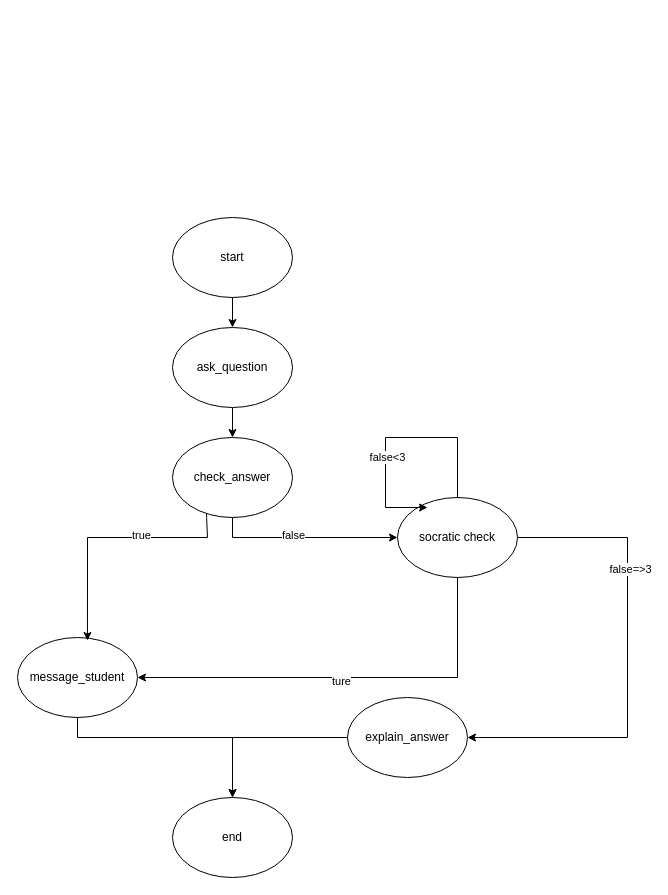
Before: design doc/quiz langgraph.drawio in zihanzhao94/Micro-Adaptive, a draw.io diagram. Source tidied: cells renumbered, new cells numbered last; positions are measured from the earlier drawing's top-left corner, leaving out a move shared by most shapes. Both pictures are drawn from the tidied source at 100%, with x=0, y=0 at pixel (17, 217).
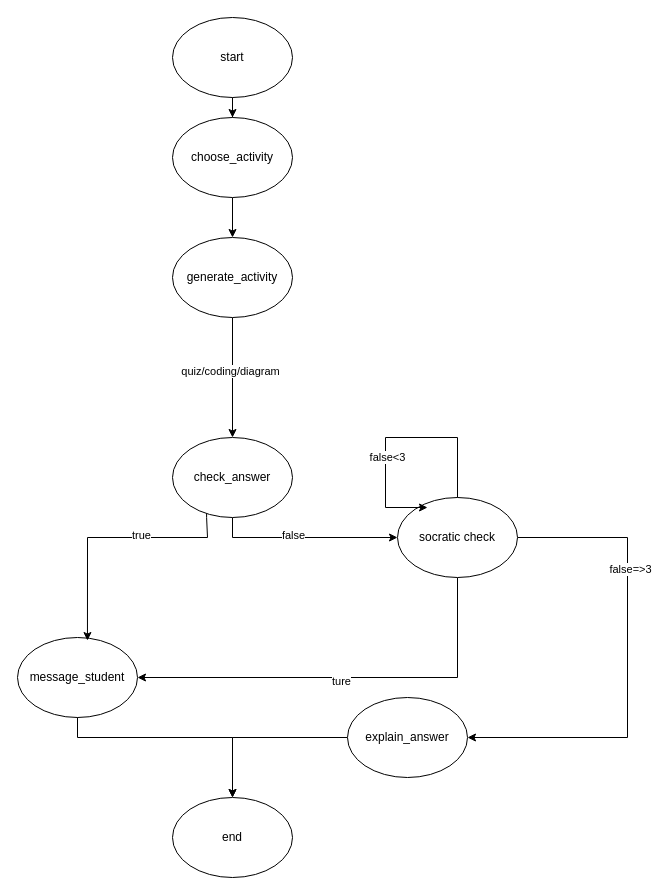
After the change.

Unchanged cells that the change refers to:
```xml
<mxCell id="15" value="check_answer" style="ellipse;whiteSpace=wrap;html=1;" parent="1" vertex="1">
  <mxGeometry x="155" y="220" width="120" height="80" as="geometry" />
</mxCell>
```

Diff of the diagram source:
```diff
@@
-    <mxCell id="2" style="edgeStyle=orthogonalEdgeStyle;rounded=0;jettySize=auto;html=1;" parent="1" edge="1" source="3" target="10">
+    <mxCell id="2" style="edgeStyle=orthogonalEdgeStyle;rounded=0;jettySize=auto;html=1;entryX=0.5;entryY=0;entryDx=0;entryDy=0;" parent="1" edge="1" source="3" target="24">
       <mxGeometry relative="1" as="geometry" />
     </mxCell>
     <mxCell id="3" value="start" style="ellipse;whiteSpace=wrap;html=1;" parent="1" vertex="1">
-      <mxGeometry x="155" width="120" height="80" as="geometry" />
+      <mxGeometry x="155" y="-200" width="120" height="80" as="geometry" />
     </mxCell>
@@
-    <mxCell id="9" style="edgeStyle=orthogonalEdgeStyle;rounded=0;jettySize=auto;html=1;" parent="1" edge="1" source="10" target="15">
-      <mxGeometry relative="1" as="geometry" />
-    </mxCell>
-    <mxCell id="10" value="ask_question" style="ellipse;whiteSpace=wrap;html=1;" parent="1" vertex="1">
-      <mxGeometry x="155" y="110" width="120" height="80" as="geometry" />
-    </mxCell>
@@
+    <mxCell id="23" style="edgeStyle=orthogonalEdgeStyle;rounded=0;jettySize=auto;html=1;" parent="1" edge="1" source="24" target="27">
+      <mxGeometry relative="1" as="geometry" />
+    </mxCell>
+    <mxCell id="24" value="choose_activity" style="ellipse;whiteSpace=wrap;html=1;" parent="1" vertex="1">
+      <mxGeometry x="155" y="-100" width="120" height="80" as="geometry" />
+    </mxCell>
+    <mxCell id="25" style="edgeStyle=orthogonalEdgeStyle;rounded=0;jettySize=auto;html=1;" parent="1" edge="1" source="27" target="15">
+      <mxGeometry relative="1" as="geometry" />
+    </mxCell>
+    <mxCell id="26" value="quiz/coding/diagram" style="edgeLabel;html=1;align=center;verticalAlign=middle;" parent="25" vertex="1">
+      <mxGeometry x="-0.12" y="-3" relative="1" as="geometry" />
+    </mxCell>
+    <mxCell id="27" value="generate_activity" style="ellipse;whiteSpace=wrap;html=1;" parent="1" vertex="1">
+      <mxGeometry x="155" y="20" width="120" height="80" as="geometry" />
+    </mxCell>
```
